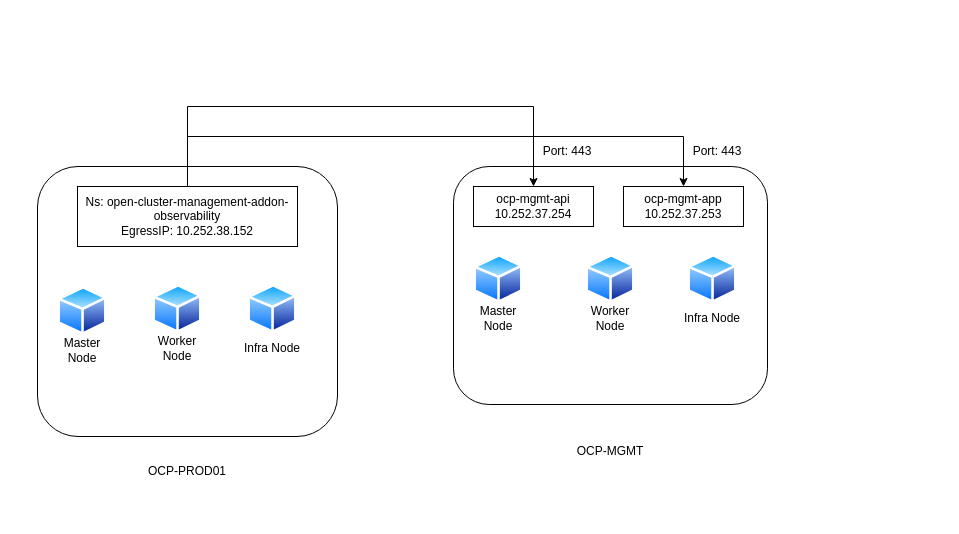
Before: Biểu đồ không có tiêu đề.drawio in XuanNgo0801/openshift-practice, a draw.io diagram. Source tidied: cells renumbered, new cells numbered last; positions are measured from the earlier drawing's top-left corner, leaving out a move shared by most shapes. Both pictures are drawn from the tidied source at 100%, with x=0, y=0 at pixel (37, 106).
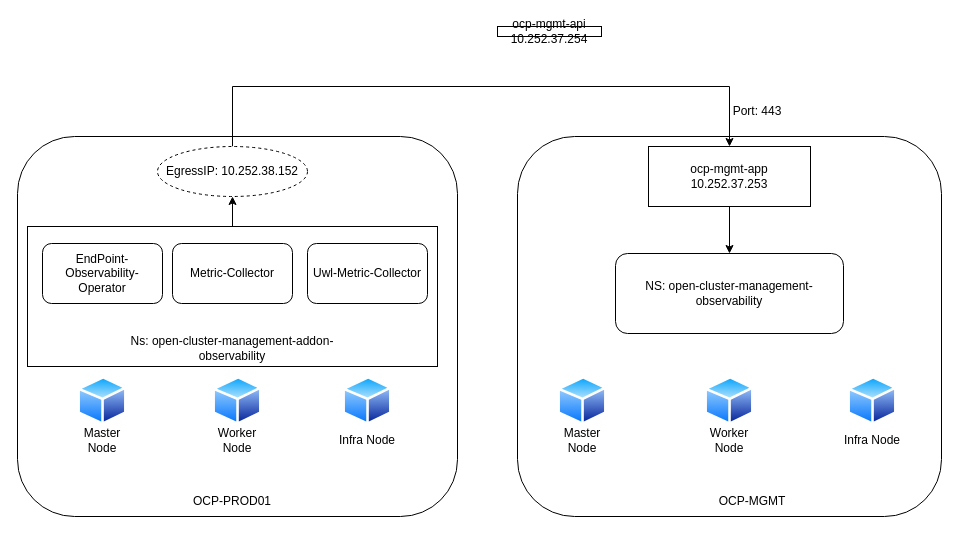
The same diagram, later.

Commit message:
Cập nhật Biểu đồ không có tiêu đề.drawio

Diff of the diagram source:
```diff
@@
     <mxCell id="2" style="rounded=1;whiteSpace=wrap;html=1;" parent="1" vertex="1">
-      <mxGeometry y="60" width="300" height="270" as="geometry" />
+      <mxGeometry x="-20" y="30" width="440" height="380" as="geometry" />
     </mxCell>
     <mxCell id="3" style="rounded=1;whiteSpace=wrap;html=1;" parent="1" vertex="1">
-      <mxGeometry x="416" y="60" width="314" height="238" as="geometry" />
+      <mxGeometry x="480" y="30" width="424" height="380" as="geometry" />
     </mxCell>
     <mxCell id="4" style="image;perimeter=ellipsePerimeter;html=1;align=center;shadow=0;dashed=0;spacingTop=3;image=img/lib/active_directory/generic_node.svg;" parent="1" vertex="1">
-      <mxGeometry x="20" y="180" width="50" height="49" as="geometry" />
+      <mxGeometry x="40" y="270" width="50" height="49" as="geometry" />
     </mxCell>
     <mxCell id="5" style="image;perimeter=ellipsePerimeter;html=1;align=center;shadow=0;dashed=0;spacingTop=3;image=img/lib/active_directory/generic_node.svg;" parent="1" vertex="1">
-      <mxGeometry x="436" y="148" width="50" height="49" as="geometry" />
+      <mxGeometry x="520" y="270" width="50" height="49" as="geometry" />
     </mxCell>
     <mxCell id="6" style="image;perimeter=ellipsePerimeter;html=1;align=center;shadow=0;dashed=0;spacingTop=3;image=img/lib/active_directory/generic_node.svg;" parent="1" vertex="1">
-      <mxGeometry x="115" y="178" width="50" height="49" as="geometry" />
+      <mxGeometry x="175" y="270" width="50" height="49" as="geometry" />
     </mxCell>
     <mxCell id="7" style="image;perimeter=ellipsePerimeter;html=1;align=center;shadow=0;dashed=0;spacingTop=3;image=img/lib/active_directory/generic_node.svg;" parent="1" vertex="1">
-      <mxGeometry x="210" y="178" width="50" height="49" as="geometry" />
+      <mxGeometry x="305" y="270" width="50" height="49" as="geometry" />
     </mxCell>
     <mxCell id="8" style="image;perimeter=ellipsePerimeter;html=1;align=center;shadow=0;dashed=0;spacingTop=3;image=img/lib/active_directory/generic_node.svg;" parent="1" vertex="1">
-      <mxGeometry x="548" y="148" width="50" height="49" as="geometry" />
+      <mxGeometry x="667" y="270" width="50" height="49" as="geometry" />
     </mxCell>
     <mxCell id="9" style="image;perimeter=ellipsePerimeter;html=1;align=center;shadow=0;dashed=0;spacingTop=3;image=img/lib/active_directory/generic_node.svg;" parent="1" vertex="1">
-      <mxGeometry x="650" y="148" width="50" height="49" as="geometry" />
+      <mxGeometry x="810" y="270" width="50" height="49" as="geometry" />
     </mxCell>
     <mxCell id="10" value="Master Node" style="text;html=1;strokeColor=none;fillColor=none;align=center;verticalAlign=middle;whiteSpace=wrap;rounded=0;" parent="1" vertex="1">
-      <mxGeometry x="15" y="229" width="60" height="30" as="geometry" />
+      <mxGeometry x="35" y="319" width="60" height="30" as="geometry" />
     </mxCell>
     <mxCell id="11" value="Worker Node" style="text;html=1;strokeColor=none;fillColor=none;align=center;verticalAlign=middle;whiteSpace=wrap;rounded=0;" parent="1" vertex="1">
-      <mxGeometry x="110" y="227" width="60" height="30" as="geometry" />
+      <mxGeometry x="170" y="319" width="60" height="30" as="geometry" />
     </mxCell>
     <mxCell id="12" value="Infra Node" style="text;html=1;strokeColor=none;fillColor=none;align=center;verticalAlign=middle;whiteSpace=wrap;rounded=0;" parent="1" vertex="1">
-      <mxGeometry x="205" y="227" width="60" height="30" as="geometry" />
+      <mxGeometry x="300" y="319" width="60" height="30" as="geometry" />
     </mxCell>
     <mxCell id="13" value="Infra Node" style="text;html=1;strokeColor=none;fillColor=none;align=center;verticalAlign=middle;whiteSpace=wrap;rounded=0;" parent="1" vertex="1">
-      <mxGeometry x="645" y="197" width="60" height="30" as="geometry" />
+      <mxGeometry x="805" y="319" width="60" height="30" as="geometry" />
     </mxCell>
     <mxCell id="14" value="Worker Node" style="text;html=1;strokeColor=none;fillColor=none;align=center;verticalAlign=middle;whiteSpace=wrap;rounded=0;" parent="1" vertex="1">
-      <mxGeometry x="543" y="197" width="60" height="30" as="geometry" />
+      <mxGeometry x="662" y="319" width="60" height="30" as="geometry" />
     </mxCell>
     <mxCell id="15" value="Master Node" style="text;html=1;strokeColor=none;fillColor=none;align=center;verticalAlign=middle;whiteSpace=wrap;rounded=0;" parent="1" vertex="1">
-      <mxGeometry x="431" y="197" width="60" height="30" as="geometry" />
+      <mxGeometry x="515" y="319" width="60" height="30" as="geometry" />
     </mxCell>
-    <mxCell id="16" style="edgeStyle=orthogonalEdgeStyle;rounded=0;jettySize=auto;html=1;exitX=0.5;exitY=0;exitDx=0;exitDy=0;entryX=0.5;entryY=0;entryDx=0;entryDy=0;" parent="1" edge="1" source="18" target="21">
-      <mxGeometry relative="1" as="geometry">
-        <Array as="points">
-          <mxPoint x="150" />
-          <mxPoint x="496" />
-        </Array>
-      </mxGeometry>
-    </mxCell>
-    <mxCell id="17" style="edgeStyle=orthogonalEdgeStyle;rounded=0;jettySize=auto;html=1;entryX=0.5;entryY=0;entryDx=0;entryDy=0;" parent="1" edge="1" source="18" target="20">
-      <mxGeometry relative="1" as="geometry">
-        <Array as="points">
-          <mxPoint x="150" y="30" />
-          <mxPoint x="646" y="30" />
-        </Array>
-      </mxGeometry>
-    </mxCell>
-    <mxCell id="18" value="Ns: open-cluster-management-addon-observability&lt;br&gt;EgressIP: 10.252.38.152" style="rounded=0;whiteSpace=wrap;html=1;" parent="1" vertex="1">
-      <mxGeometry x="40" y="80" width="220" height="60" as="geometry" />
+    <mxCell id="18" style="rounded=0;whiteSpace=wrap;html=1;" parent="1" vertex="1">
+      <mxGeometry x="-10" y="120" width="410" height="140" as="geometry" />
     </mxCell>
-    <mxCell id="19" value="Port: 443" style="text;html=1;strokeColor=none;fillColor=none;align=center;verticalAlign=middle;whiteSpace=wrap;rounded=0;" parent="1" vertex="1">
-      <mxGeometry x="500" y="30" width="60" height="30" as="geometry" />
-    </mxCell>
+    <mxCell id="25" style="edgeStyle=orthogonalEdgeStyle;rounded=0;jettySize=auto;html=1;" parent="1" edge="1" source="20" target="33">
+      <mxGeometry relative="1" as="geometry" />
+    </mxCell>
     <mxCell id="20" value="ocp-mgmt-app&lt;br style=&quot;border-color: var(--border-color);&quot;&gt;10.252.37.253" style="rounded=0;whiteSpace=wrap;html=1;" parent="1" vertex="1">
-      <mxGeometry x="586" y="80" width="120" height="40" as="geometry" />
+      <mxGeometry x="611" y="40" width="162" height="60" as="geometry" />
     </mxCell>
     <mxCell id="21" value="ocp-mgmt-api&lt;br style=&quot;border-color: var(--border-color);&quot;&gt;10.252.37.254" style="rounded=0;whiteSpace=wrap;html=1;" parent="1" vertex="1">
-      <mxGeometry x="436" y="80" width="120" height="40" as="geometry" />
+      <mxGeometry x="460" y="-80" width="104" height="10" as="geometry" />
     </mxCell>
     <mxCell id="22" value="Port: 443" style="text;html=1;strokeColor=none;fillColor=none;align=center;verticalAlign=middle;whiteSpace=wrap;rounded=0;" parent="1" vertex="1">
-      <mxGeometry x="650" y="30" width="60" height="30" as="geometry" />
+      <mxGeometry x="690" y="-10" width="60" height="30" as="geometry" />
     </mxCell>
     <mxCell id="23" value="OCP-PROD01" style="text;html=1;strokeColor=none;fillColor=none;align=center;verticalAlign=middle;whiteSpace=wrap;rounded=0;" parent="1" vertex="1">
-      <mxGeometry x="95" y="350" width="110" height="30" as="geometry" />
+      <mxGeometry x="140" y="380" width="110" height="30" as="geometry" />
     </mxCell>
     <mxCell id="24" value="OCP-MGMT" style="text;html=1;strokeColor=none;fillColor=none;align=center;verticalAlign=middle;whiteSpace=wrap;rounded=0;" parent="1" vertex="1">
-      <mxGeometry x="518" y="330" width="110" height="30" as="geometry" />
+      <mxGeometry x="660" y="380" width="110" height="30" as="geometry" />
     </mxCell>
+    <mxCell id="26" value="Ns: open-cluster-management-addon-observability" style="text;html=1;strokeColor=none;fillColor=none;align=center;verticalAlign=middle;whiteSpace=wrap;rounded=0;" parent="1" vertex="1">
+      <mxGeometry x="75" y="227" width="240" height="30" as="geometry" />
+    </mxCell>
+    <mxCell id="27" value="EndPoint-Observability-Operator" style="rounded=1;whiteSpace=wrap;html=1;" parent="1" vertex="1">
+      <mxGeometry x="5" y="137" width="120" height="60" as="geometry" />
+    </mxCell>
+    <mxCell id="28" value="Metric-Collector" style="rounded=1;whiteSpace=wrap;html=1;" parent="1" vertex="1">
+      <mxGeometry x="135" y="137" width="120" height="60" as="geometry" />
+    </mxCell>
+    <mxCell id="29" value="Uwl-Metric-Collector" style="rounded=1;whiteSpace=wrap;html=1;" parent="1" vertex="1">
+      <mxGeometry x="270" y="137" width="120" height="60" as="geometry" />
+    </mxCell>
+    <mxCell id="30" style="edgeStyle=orthogonalEdgeStyle;rounded=0;jettySize=auto;html=1;entryX=0.5;entryY=0;entryDx=0;entryDy=0;" parent="1" edge="1" source="31" target="20">
+      <mxGeometry relative="1" as="geometry">
+        <Array as="points">
+          <mxPoint x="195" y="-20" />
+          <mxPoint x="692" y="-20" />
+        </Array>
+      </mxGeometry>
+    </mxCell>
+    <mxCell id="31" value="EgressIP: 10.252.38.152" style="ellipse;whiteSpace=wrap;html=1;align=center;dashed=1;" parent="1" vertex="1">
+      <mxGeometry x="120" y="40" width="150" height="50" as="geometry" />
+    </mxCell>
+    <mxCell id="32" style="endArrow=classic;html=1;rounded=0;exitX=0.5;exitY=0;exitDx=0;exitDy=0;entryX=0.5;entryY=1;entryDx=0;entryDy=0;" parent="1" edge="1" source="18" target="31">
+      <mxGeometry relative="1" as="geometry" />
+    </mxCell>
+    <mxCell id="33" value="NS: open-cluster-management-observability" style="rounded=1;whiteSpace=wrap;html=1;" parent="1" vertex="1">
+      <mxGeometry x="578" y="147" width="228" height="80" as="geometry" />
+    </mxCell>
```
